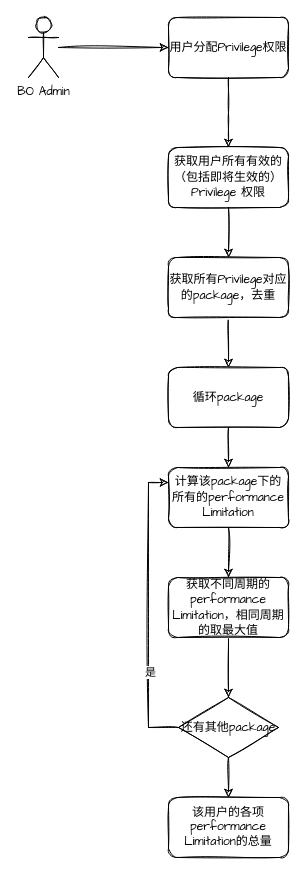
The draw.io diagram page "Performance Limitation Total" (1 of 5) of Capacity Management.drawio in yindongjun/gangzhang.github.io, before the edit. Source tidied: cells renumbered, new cells numbered last; positions are measured from the earlier drawing's top-left corner, leaving out a move shared by most shapes. Both pictures are drawn from the tidied source at 100%, with x=0, y=0 at pixel (28, 17).
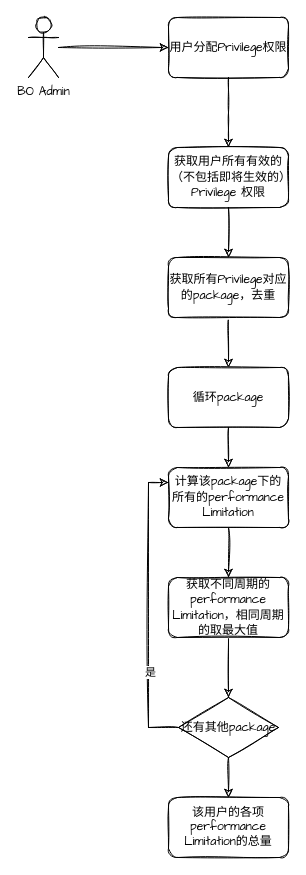
After the change.

Change to the diagram source:
```diff
@@
-    <mxCell id="7" value="&lt;font face=&quot;Comic Sans MS&quot;&gt;获取用户所有有效的（包括即将生效的）Privilege 权限&lt;/font&gt;" style="rounded=1;whiteSpace=wrap;html=1;shadow=0;sketch=1;" parent="1" vertex="1">
+    <mxCell id="7" value="&lt;font face=&quot;Comic Sans MS&quot;&gt;获取用户所有有效的（不包括即将生效的）Privilege 权限&lt;/font&gt;" style="rounded=1;whiteSpace=wrap;html=1;shadow=0;sketch=1;" parent="1" vertex="1">
       <mxGeometry x="140" y="130" width="120" height="60" as="geometry" />
     </mxCell>
```
